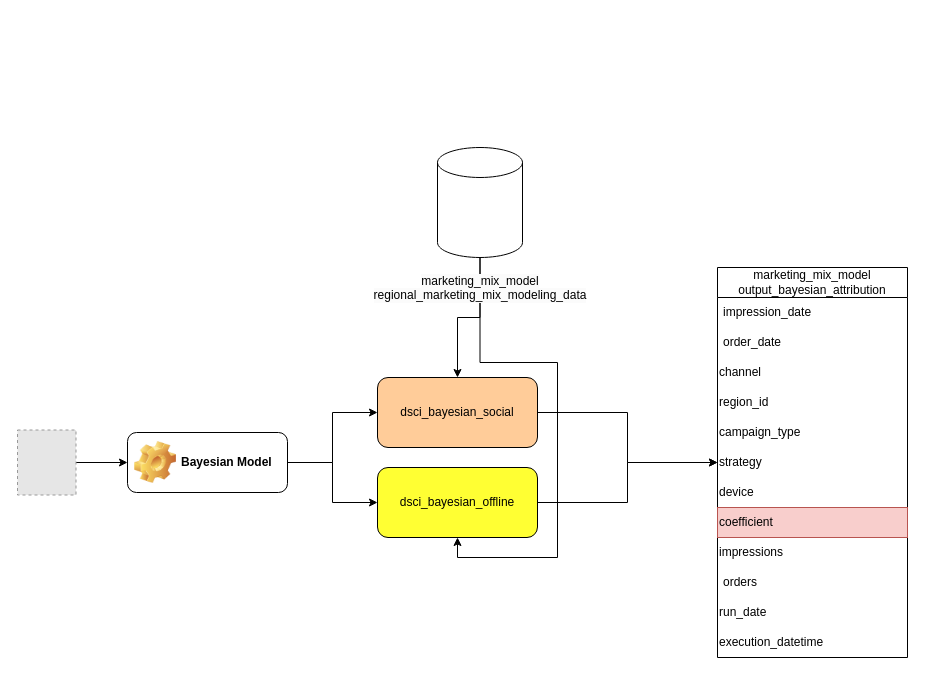
The draw.io diagram page "Copy of dsci_attribution_dag (goal)" (4 of 8) of mmm/mmm_dag.drawio in aram-koorn/coolblue-diagrams, before the edit. Source tidied: cells renumbered, new cells numbered last; positions are measured from the earlier drawing's top-left corner, leaving out a move shared by most shapes. Both pictures are drawn from the tidied source at 100%, with x=0, y=0 at pixel (17, 147). Pictures stored in the file or linked from it are replaced by grey dashed boxes.
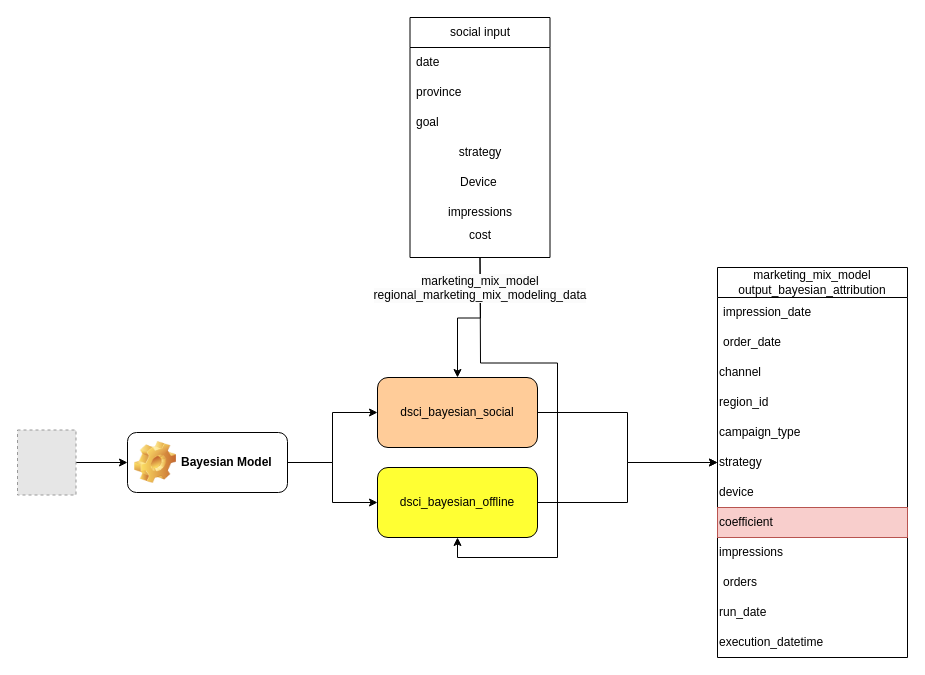
The same page after the edit.

The change refers to these unchanged cells:
```xml
<mxCell id="3" value="dsci_bayesian_social" style="rounded=1;whiteSpace=wrap;html=1;fillColor=#FFCC99;" parent="1" vertex="1">
  <mxGeometry x="360" y="230" width="160" height="70" as="geometry" />
</mxCell>
<mxCell id="5" value="dsci_bayesian_offline" style="rounded=1;whiteSpace=wrap;html=1;fillColor=#FFFF33;" parent="1" vertex="1">
  <mxGeometry x="360" y="320" width="160" height="70" as="geometry" />
</mxCell>
```

The edit, as a diff of the source:
```diff
@@
-    <mxCell id="24" style="edgeStyle=orthogonalEdgeStyle;rounded=0;jettySize=auto;html=1;exitX=0.5;exitY=1;exitDx=0;exitDy=0;exitPerimeter=0;entryX=0.5;entryY=0;entryDx=0;entryDy=0;" parent="1" edge="1" source="26" target="3">
-      <mxGeometry relative="1" as="geometry" />
+    <mxCell id="24" style="edgeStyle=orthogonalEdgeStyle;rounded=0;jettySize=auto;html=1;exitX=0.5;exitY=1;exitDx=0;exitDy=0;exitPerimeter=0;entryX=0.5;entryY=0;entryDx=0;entryDy=0;" parent="1" edge="1" target="3">
+      <mxGeometry relative="1" as="geometry">
+        <mxPoint x="462.5" y="110" as="sourcePoint" />
+      </mxGeometry>
     </mxCell>
-    <mxCell id="25" style="edgeStyle=orthogonalEdgeStyle;rounded=0;jettySize=auto;html=1;exitX=0.5;exitY=1;exitDx=0;exitDy=0;exitPerimeter=0;entryX=0.5;entryY=1;entryDx=0;entryDy=0;" parent="1" edge="1" source="26" target="5">
-      <mxGeometry relative="1" as="geometry" />
+    <mxCell id="25" style="edgeStyle=orthogonalEdgeStyle;rounded=0;jettySize=auto;html=1;exitX=0.5;exitY=1;exitDx=0;exitDy=0;exitPerimeter=0;entryX=0.5;entryY=1;entryDx=0;entryDy=0;" parent="1" edge="1" target="5">
+      <mxGeometry relative="1" as="geometry">
+        <mxPoint x="462.5" y="110" as="sourcePoint" />
+      </mxGeometry>
     </mxCell>
-    <mxCell id="26" style="shape=cylinder3;whiteSpace=wrap;html=1;boundedLbl=1;backgroundOutline=1;size=15;" parent="1" vertex="1">
-      <mxGeometry x="420" width="85" height="110" as="geometry" />
-    </mxCell>
@@
+    <mxCell id="28" value="social input" style="swimlane;fontStyle=0;horizontal=1;startSize=30;whiteSpace=wrap;html=1;" parent="1" vertex="1">
+      <mxGeometry x="392.5" y="-130" width="140" height="240" as="geometry" />
+    </mxCell>
+    <mxCell id="29" value="date" style="text;strokeColor=none;fillColor=none;align=left;verticalAlign=middle;spacingLeft=4;spacingRight=4;overflow=hidden;whiteSpace=wrap;html=1;" parent="28" vertex="1">
+      <mxGeometry y="30" width="140" height="30" as="geometry" />
+    </mxCell>
+    <mxCell id="30" value="province" style="text;strokeColor=none;fillColor=none;align=left;verticalAlign=middle;spacingLeft=4;spacingRight=4;overflow=hidden;whiteSpace=wrap;html=1;" parent="28" vertex="1">
+      <mxGeometry y="60" width="140" height="30" as="geometry" />
+    </mxCell>
+    <mxCell id="31" value="goal" style="text;strokeColor=none;fillColor=none;align=left;verticalAlign=middle;spacingLeft=4;spacingRight=4;overflow=hidden;whiteSpace=wrap;html=1;" parent="28" vertex="1">
+      <mxGeometry y="90" width="140" height="30" as="geometry" />
+    </mxCell>
+    <mxCell id="32" value="strategy" style="text;html=1;align=center;verticalAlign=middle;whiteSpace=wrap;rounded=0;" parent="28" vertex="1">
+      <mxGeometry y="120" width="140" height="30" as="geometry" />
+    </mxCell>
+    <mxCell id="33" value="Device&amp;nbsp;" style="text;html=1;align=center;verticalAlign=middle;whiteSpace=wrap;rounded=0;" parent="28" vertex="1">
+      <mxGeometry y="150" width="140" height="30" as="geometry" />
+    </mxCell>
+    <mxCell id="34" value="impressions" style="text;html=1;align=center;verticalAlign=middle;whiteSpace=wrap;rounded=0;" parent="28" vertex="1">
+      <mxGeometry y="180" width="140" height="30" as="geometry" />
+    </mxCell>
+    <mxCell id="35" value="cost&lt;div&gt;&lt;br&gt;&lt;/div&gt;" style="text;html=1;align=center;verticalAlign=middle;whiteSpace=wrap;rounded=0;" parent="28" vertex="1">
+      <mxGeometry y="210" width="140" height="30" as="geometry" />
+    </mxCell>
```
